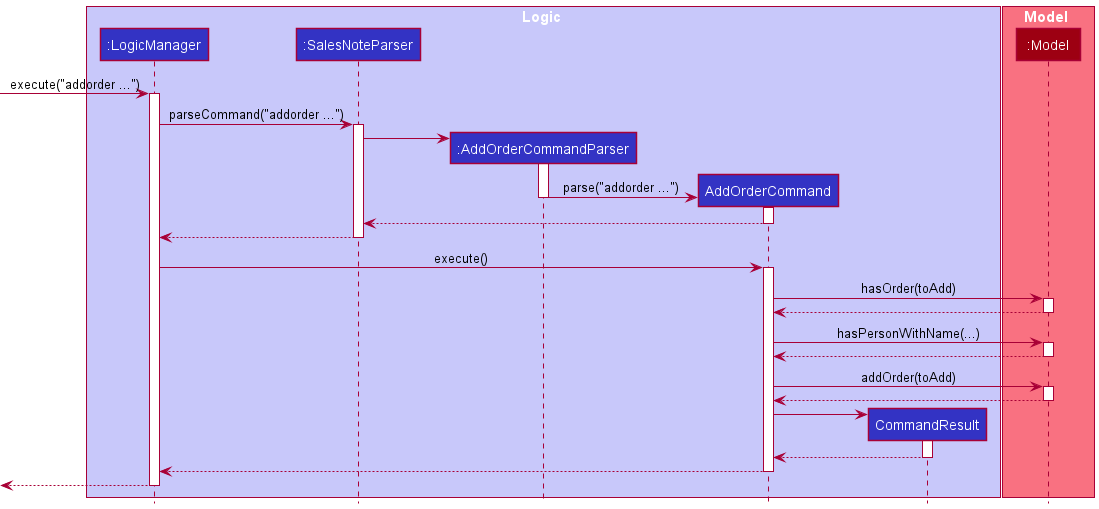
The PlantUML diagram docs/images/AddOrderSequenceDiagram.png in nus-cs2103-AY2122S1/tp, before a commit.
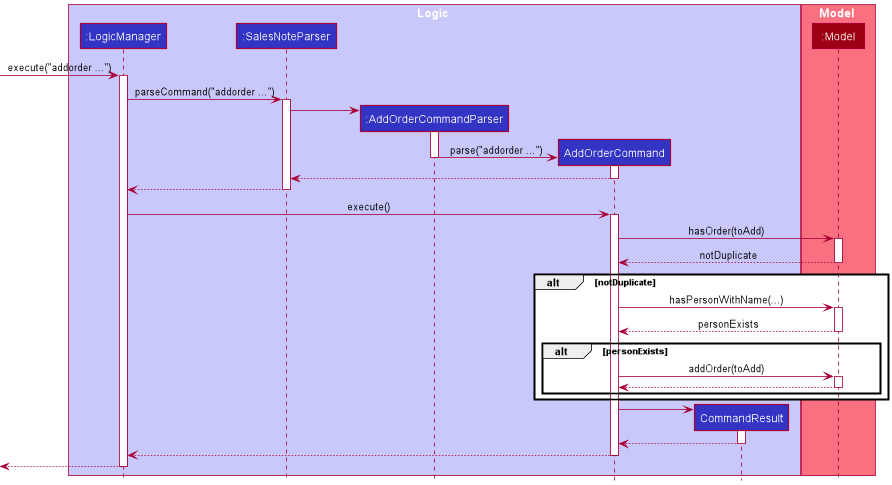
After the commit.

Commit message:
Improve sequence diagram and add explanation

Change to the diagram source:
```diff
@@ -41,18 +41,22 @@
 
 AddOrderCommand -> Model : hasOrder(toAdd)
 activate Model
-Model --> AddOrderCommand
+Model --> AddOrderCommand : notDuplicate
 deactivate Model
 
-AddOrderCommand -> Model : hasPersonWithName(...)
-activate Model
-Model --> AddOrderCommand
-deactivate Model
+alt notDuplicate
+    AddOrderCommand -> Model : hasPersonWithName(...)
+    activate Model
+    Model --> AddOrderCommand : personExists
+    deactivate Model
 
-AddOrderCommand -> Model : addOrder(toAdd)
-activate Model
-Model --> AddOrderCommand
-deactivate Model
+    alt personExists
+        AddOrderCommand -> Model : addOrder(toAdd)
+        activate Model
+        Model --> AddOrderCommand
+        deactivate Model
+    end
+end
 
 create CommandResult
 AddOrderCommand -> CommandResult
```
